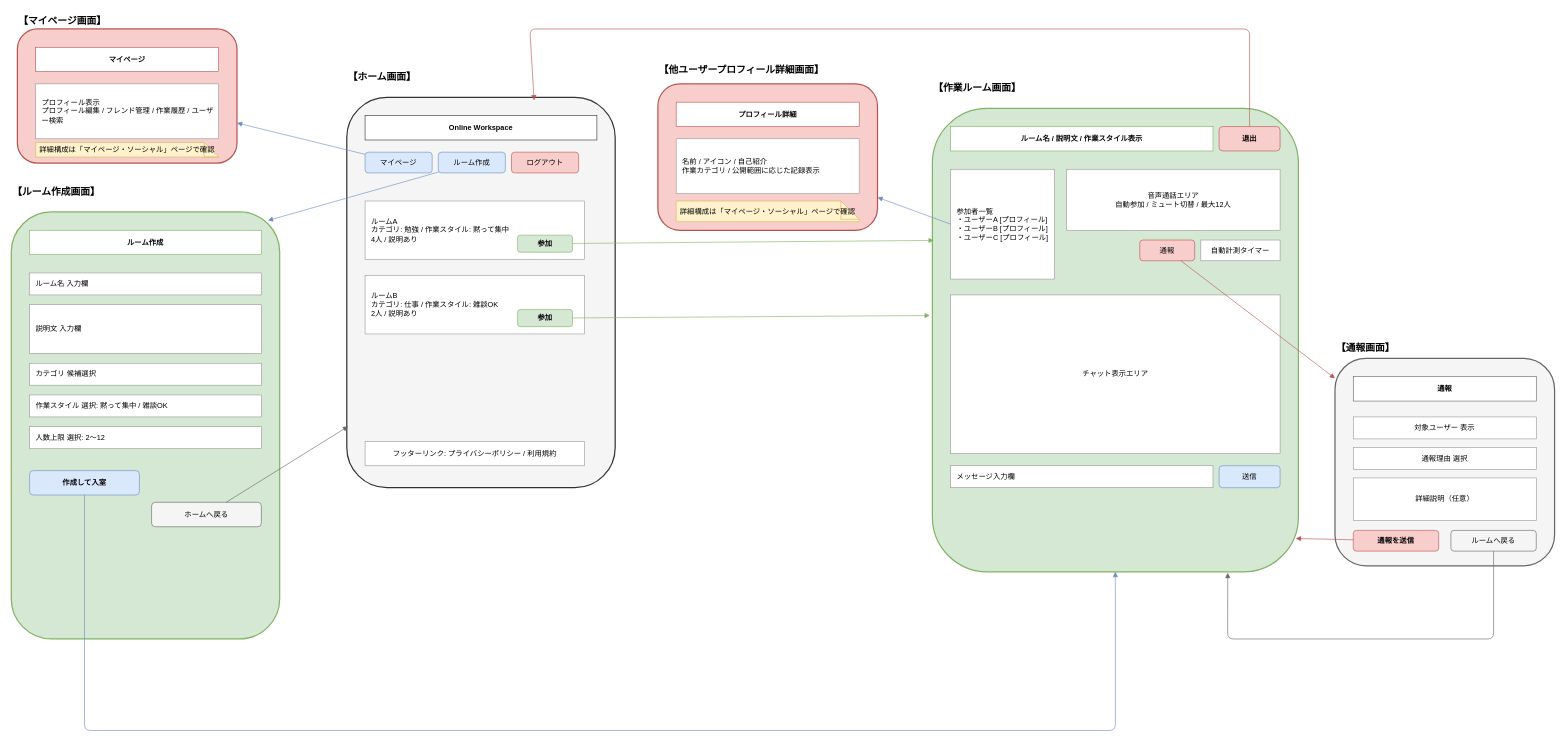
This is page "ホーム・ルーム" (2 of 4) of docs/screen_wireframe.drawio from yuu-ux/online-workspace, a draw.io file, before an edit. Source tidied: cells renumbered, new cells numbered last; positions are measured from the earlier drawing's top-left corner, leaving out a move shared by most shapes. Both pictures are drawn from the tidied source at 61%, with x=0, y=0 at pixel (11, 10).
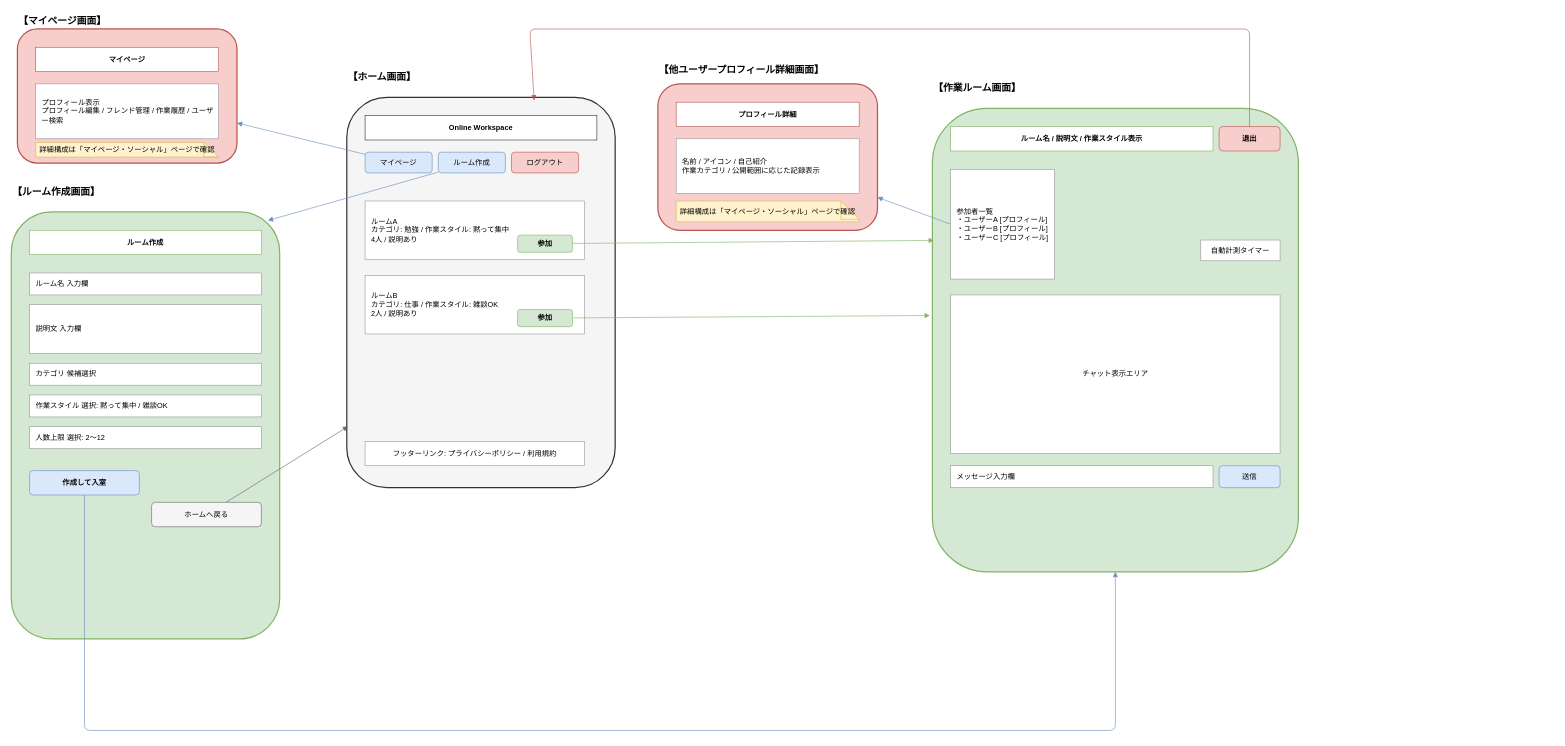
The same diagram, later.

Unchanged cells that the change refers to:
```xml
<mxCell id="24" style="rounded=1;whiteSpace=wrap;html=1;fillColor=#d5e8d4;strokeColor=#82b366;strokeWidth=2;" parent="1" vertex="1">
  <mxGeometry x="1510" y="160" width="600" height="760" as="geometry" />
</mxCell>
```

Change to the diagram source:
```diff
@@
-    <mxCell id="28" value="音声通話エリア&#10;自動参加 / ミュート切替 / 最大12人" style="rounded=0;whiteSpace=wrap;html=1;fillColor=#ffffff;strokeColor=#999999;" parent="1" vertex="1">
-      <mxGeometry x="1730" y="260" width="350" height="100" as="geometry" />
-    </mxCell>
-    <mxCell id="29" value="通報" style="rounded=1;whiteSpace=wrap;html=1;fillColor=#f8cecc;strokeColor=#b85450;" parent="1" vertex="1">
-      <mxGeometry x="1850" y="376" width="90" height="34" as="geometry" />
-    </mxCell>
@@
-    <mxCell id="34" value="【通報画面】" style="text;html=1;strokeColor=none;fillColor=none;fontStyle=1;fontSize=16;" parent="1" vertex="1">
-      <mxGeometry x="2170" y="536" width="120" height="20" as="geometry" />
-    </mxCell>
-    <mxCell id="35" style="rounded=1;whiteSpace=wrap;html=1;fillColor=#f5f5f5;strokeColor=#666666;strokeWidth=2;" parent="1" vertex="1">
-      <mxGeometry x="2170" y="570" width="360" height="340" as="geometry" />
-    </mxCell>
-    <mxCell id="36" value="通報" style="rounded=0;whiteSpace=wrap;html=1;fillColor=#ffffff;strokeColor=#666666;fontStyle=1;" parent="1" vertex="1">
-      <mxGeometry x="2200" y="600" width="300" height="40" as="geometry" />
-    </mxCell>
-    <mxCell id="37" value="対象ユーザー 表示" style="rounded=0;whiteSpace=wrap;html=1;fillColor=#ffffff;strokeColor=#999999;" parent="1" vertex="1">
-      <mxGeometry x="2200" y="666" width="300" height="36" as="geometry" />
-    </mxCell>
-    <mxCell id="38" value="通報理由 選択" style="rounded=0;whiteSpace=wrap;html=1;fillColor=#ffffff;strokeColor=#999999;" parent="1" vertex="1">
-      <mxGeometry x="2200" y="716" width="300" height="36" as="geometry" />
-    </mxCell>
-    <mxCell id="39" value="詳細説明（任意）" style="rounded=0;whiteSpace=wrap;html=1;fillColor=#ffffff;strokeColor=#999999;" parent="1" vertex="1">
-      <mxGeometry x="2200" y="766" width="300" height="70" as="geometry" />
-    </mxCell>
-    <mxCell id="40" value="通報を送信" style="rounded=1;whiteSpace=wrap;html=1;fillColor=#f8cecc;strokeColor=#b85450;fontStyle=1;" parent="1" vertex="1">
-      <mxGeometry x="2200" y="852" width="140" height="34" as="geometry" />
-    </mxCell>
-    <mxCell id="41" value="ルームへ戻る" style="rounded=1;whiteSpace=wrap;html=1;fillColor=#f5f5f5;strokeColor=#666666;" parent="1" vertex="1">
-      <mxGeometry x="2360" y="852" width="140" height="34" as="geometry" />
-    </mxCell>
@@
-    <mxCell id="59" style="endArrow=block;html=1;strokeColor=#b85450;" parent="1" edge="1" source="29" target="35">
-      <mxGeometry relative="1" as="geometry" />
-    </mxCell>
@@
-    <mxCell id="61" style="endArrow=block;html=1;strokeColor=#b85450;entryX=0.993;entryY=0.928;entryDx=0;entryDy=0;entryPerimeter=0;" parent="1" edge="1" source="40" target="24">
-      <mxGeometry relative="1" as="geometry" />
-    </mxCell>
-    <mxCell id="62" style="endArrow=block;html=1;strokeColor=#666666;entryX=0.807;entryY=1.002;entryDx=0;entryDy=0;entryPerimeter=0;exitX=0.5;exitY=1;exitDx=0;exitDy=0;" parent="1" edge="1" source="41" target="24">
-      <mxGeometry relative="1" as="geometry">
-        <Array as="points">
-          <mxPoint x="2430" y="1030" />
-          <mxPoint x="1994" y="1030" />
-        </Array>
-      </mxGeometry>
-    </mxCell>
```
